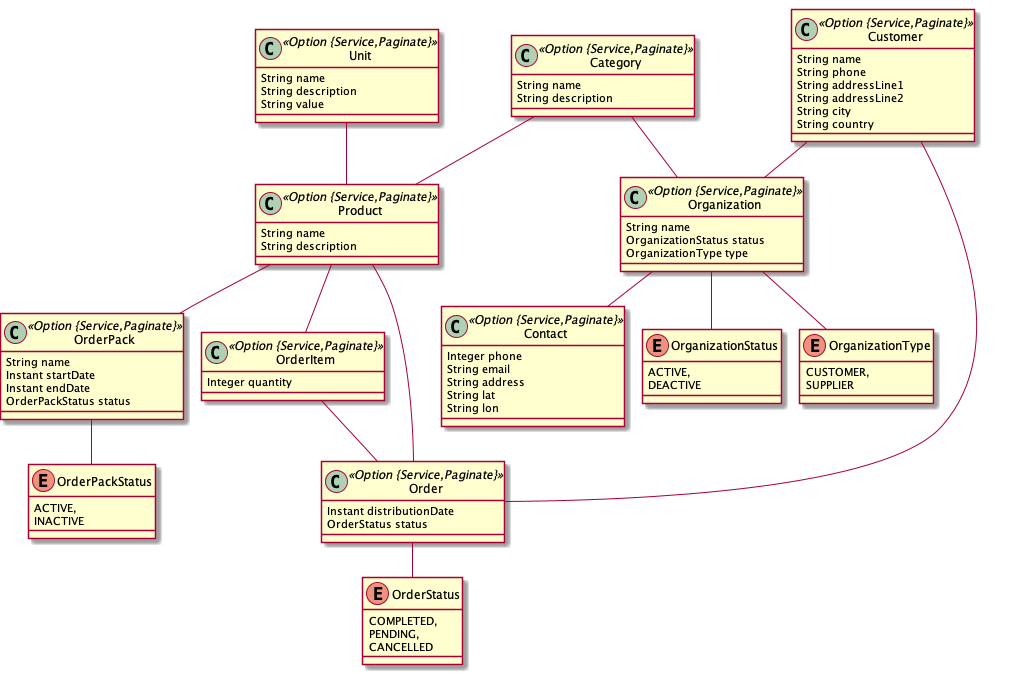
intelligo-mn/intelligo.store keeps this PlantUML diagram as .github/erd.png. Above is the earlier version. The source it was exported from:
```plantuml
@startuml
	!pragma graphviz_dot jdot
	!pragma syntax class
	class Category <<Option {Service,Paginate}>> {
		String name
		String description
	}
	class Unit <<Option {Service,Paginate}>> {
		String name
		String description
		String value
	}
	class Product <<Option {Service,Paginate}>> {
		String name
		String description
	}
	class Contact <<Option {Service,Paginate}>> {
		Integer phone
		String email
		String address
		String lat
		String lon
	}
	class Organization <<Option {Service,Paginate}>> {
		String name
		OrganizationStatus status
		OrganizationType type
	}
	Organization ..> OrganizationStatus
	Organization ..> OrganizationType
	enum OrganizationStatus {
		ACTIVE,
		DEACTIVE
	}
	enum OrganizationType {
		CUSTOMER,
		SUPPLIER
	}
	class Order <<Option {Service,Paginate}>> {
		Instant distributionDate
		OrderStatus status
	}
	Order ..> OrderStatus
	class OrderPack <<Option {Service,Paginate}>> {
		String name
		Instant startDate
		Instant endDate
		OrderPackStatus status
	}
	OrderPack ..> OrderPackStatus
	class OrderItem <<Option {Service,Paginate}>> {
		Integer quantity
	}
	class Customer <<Option {Service,Paginate}>> {
		String name
		String phone
		String addressLine1
		String addressLine2
		String city
		String country
	}
	enum OrderStatus {
		COMPLETED,
		PENDING,
		CANCELLED
	}
	enum OrderPackStatus {
		ACTIVE,
		INACTIVE
	}
	Organization  "contact 0..1 " -- "0..1 "  Contact
	Order  "product(name)  1..* " o-- "0..1 "  Product
	Product  "0..* " o-- "products 0..1 "  OrderItem
	Product  "0..* " o-- "products 0..1 "  OrderPack
	OrderItem  "0..1 " --o "products  1..* "  Order
	Category  "0..1 " --o "category(name)  1..* "  Product
	Unit  "0..1 " --o "unit(name)  1..* "  Product
	Category  "0..1 " --o "distributeType(name) 0..* "  Organization
	Customer  "0..1 " --o "manager(name) 0..* "  Organization
	Customer  "0..1 " --o "manager(name) 0..* "  Order
@enduml
```
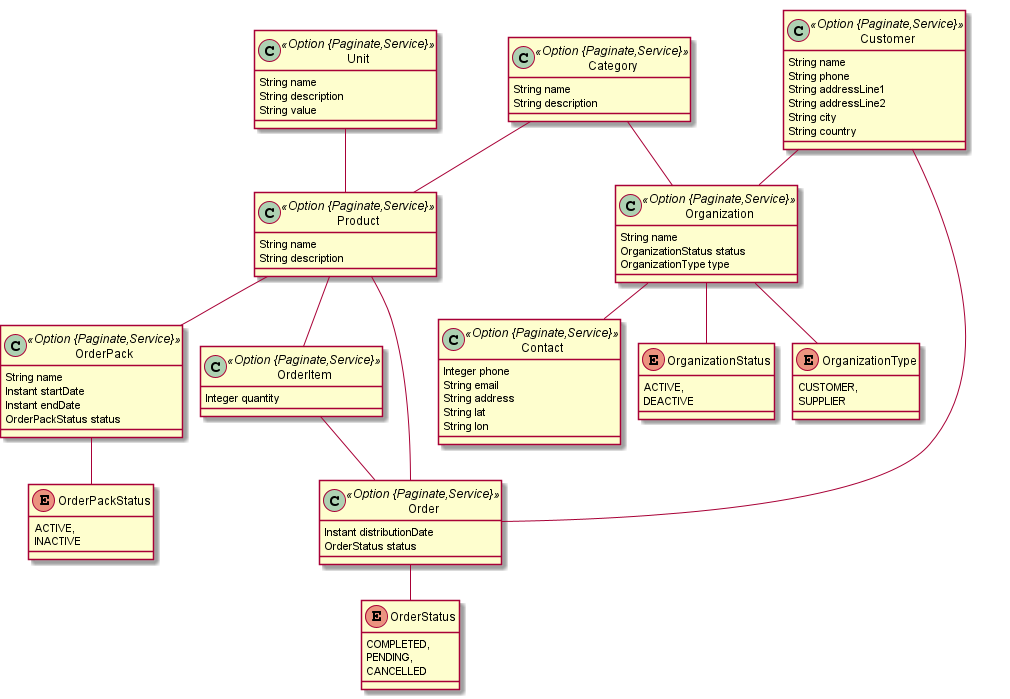
After the commit.

What changed in the source:
```diff
@@ -1,27 +1,27 @@
 @startuml
 	!pragma graphviz_dot jdot
 	!pragma syntax class
-	class Category <<Option {Service,Paginate}>> {
+	class Category <<Option {Paginate,Service}>> {
 		String name
 		String description
 	}
-	class Unit <<Option {Service,Paginate}>> {
+	class Unit <<Option {Paginate,Service}>> {
 		String name
 		String description
 		String value
 	}
-	class Product <<Option {Service,Paginate}>> {
+	class Product <<Option {Paginate,Service}>> {
 		String name
 		String description
 	}
-	class Contact <<Option {Service,Paginate}>> {
+	class Contact <<Option {Paginate,Service}>> {
 		Integer phone
 		String email
 		String address
 		String lat
 		String lon
 	}
-	class Organization <<Option {Service,Paginate}>> {
+	class Organization <<Option {Paginate,Service}>> {
 		String name
 		OrganizationStatus status
 		OrganizationType type
@@ -36,22 +36,22 @@
 		CUSTOMER,
 		SUPPLIER
 	}
-	class Order <<Option {Service,Paginate}>> {
+	class Order <<Option {Paginate,Service}>> {
 		Instant distributionDate
 		OrderStatus status
 	}
 	Order ..> OrderStatus
-	class OrderPack <<Option {Service,Paginate}>> {
+	class OrderPack <<Option {Paginate,Service}>> {
 		String name
 		Instant startDate
 		Instant endDate
 		OrderPackStatus status
 	}
 	OrderPack ..> OrderPackStatus
-	class OrderItem <<Option {Service,Paginate}>> {
+	class OrderItem <<Option {Paginate,Service}>> {
 		Integer quantity
 	}
-	class Customer <<Option {Service,Paginate}>> {
+	class Customer <<Option {Paginate,Service}>> {
 		String name
 		String phone
 		String addressLine1
```
